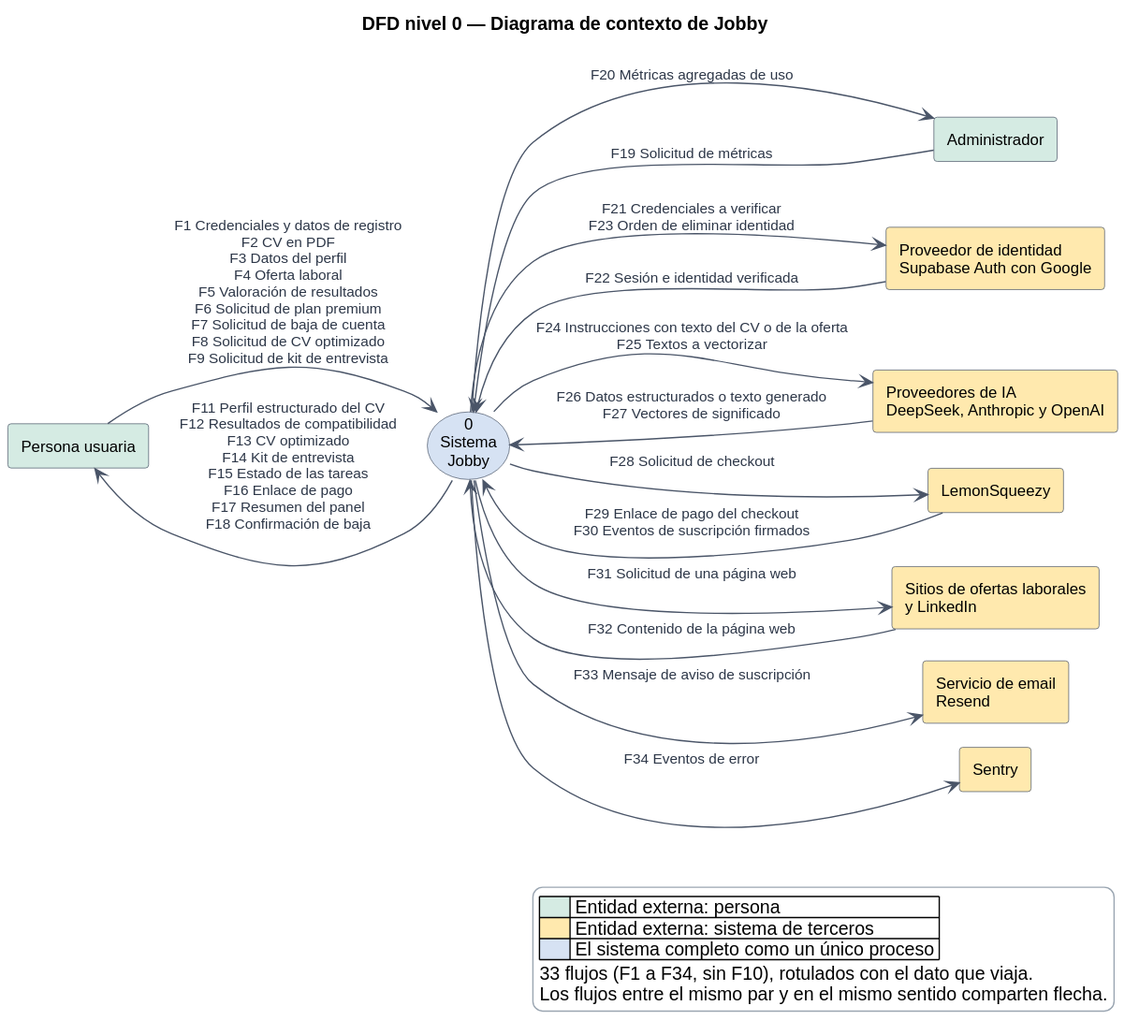
This is docs/diagramas/dfd-nivel-0.svg from Buatishi/Jobby, a PlantUML export, as it was before one commit.
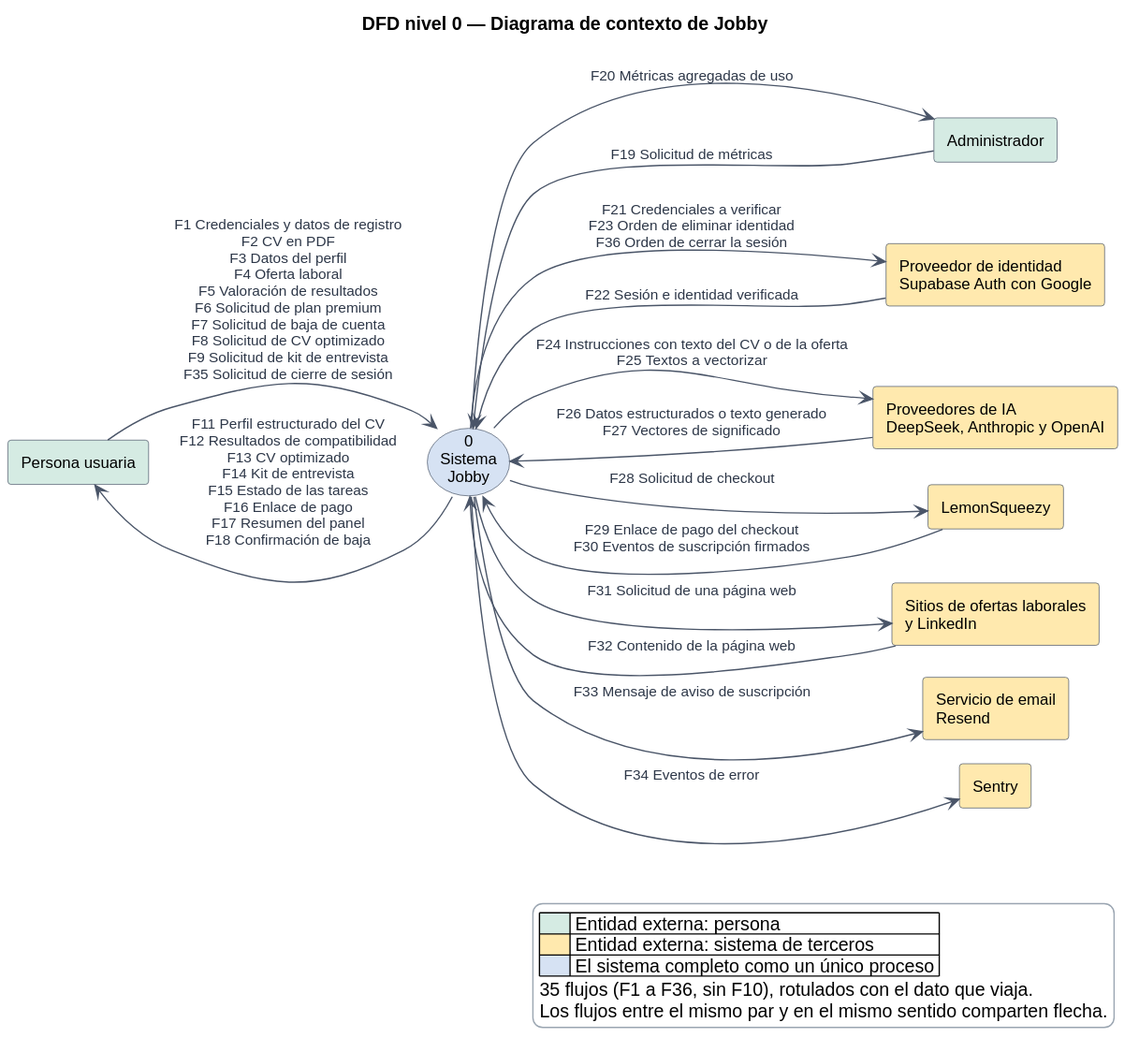
After the change.

Diff of the diagram source:
```diff
@@ -24,11 +24,11 @@
 rectangle "Servicio de email\nResend" as EM #FFE9AE
 rectangle "Sentry" as SE #FFE9AE
 
-U --> P : F1 Credenciales y datos de registro\nF2 CV en PDF\nF3 Datos del perfil\nF4 Oferta laboral\nF5 Valoración de resultados\nF6 Solicitud de plan premium\nF7 Solicitud de baja de cuenta\nF8 Solicitud de CV optimizado\nF9 Solicitud de kit de entrevista
+U --> P : F1 Credenciales y datos de registro\nF2 CV en PDF\nF3 Datos del perfil\nF4 Oferta laboral\nF5 Valoración de resultados\nF6 Solicitud de plan premium\nF7 Solicitud de baja de cuenta\nF8 Solicitud de CV optimizado\nF9 Solicitud de kit de entrevista\nF35 Solicitud de cierre de sesión
 P --> U : F11 Perfil estructurado del CV\nF12 Resultados de compatibilidad\nF13 CV optimizado\nF14 Kit de entrevista\nF15 Estado de las tareas\nF16 Enlace de pago\nF17 Resumen del panel\nF18 Confirmación de baja
 A --> P : F19 Solicitud de métricas
 P --> A : F20 Métricas agregadas de uso
-P --> ID : F21 Credenciales a verificar\nF23 Orden de eliminar identidad
+P --> ID : F21 Credenciales a verificar\nF23 Orden de eliminar identidad\nF36 Orden de cerrar la sesión
 ID --> P : F22 Sesión e identidad verificada
 P --> IA : F24 Instrucciones con texto del CV o de la oferta\nF25 Textos a vectorizar
 IA --> P : F26 Datos estructurados o texto generado\nF27 Vectores de significado
@@ -43,7 +43,7 @@
   |<#D5EBE3>      | Entidad externa: persona |
   |<#FFE9AE>      | Entidad externa: sistema de terceros |
   |<#D6E2F3>      | El sistema completo como un único proceso |
-  33 flujos (F1 a F34, sin F10), rotulados con el dato que viaja.
+  35 flujos (F1 a F36, sin F10), rotulados con el dato que viaja.
   Los flujos entre el mismo par y en el mismo sentido comparten flecha.
 endlegend
 @enduml
```
